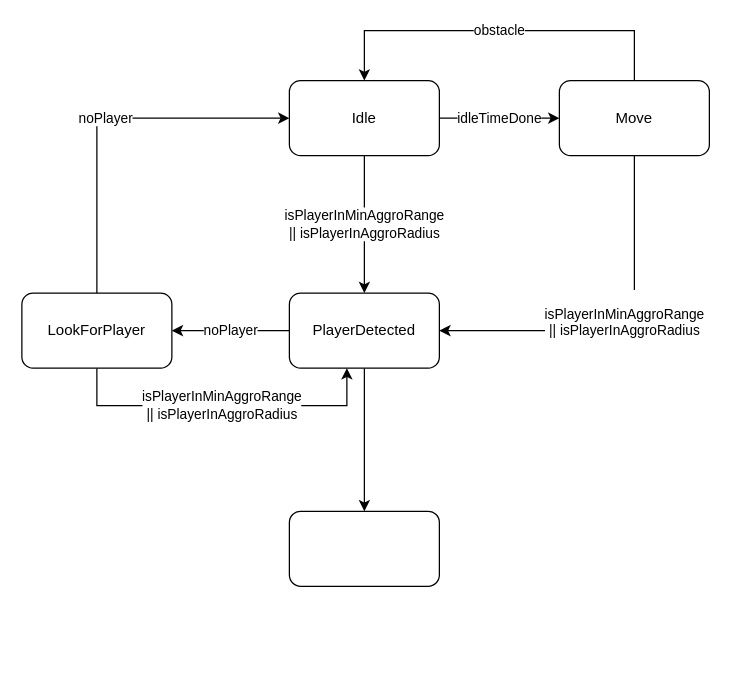
mehmedozen/Lab01 keeps this draw.io diagram as page "Bomber" (4 of 4) of State_Diagrams.drawio. Above is the earlier version. Source tidied: cells renumbered, new cells numbered last; positions are measured from the earlier drawing's top-left corner, leaving out a move shared by most shapes. Both pictures are drawn from the tidied source at 125%, with x=0, y=0 at pixel (21, 30).
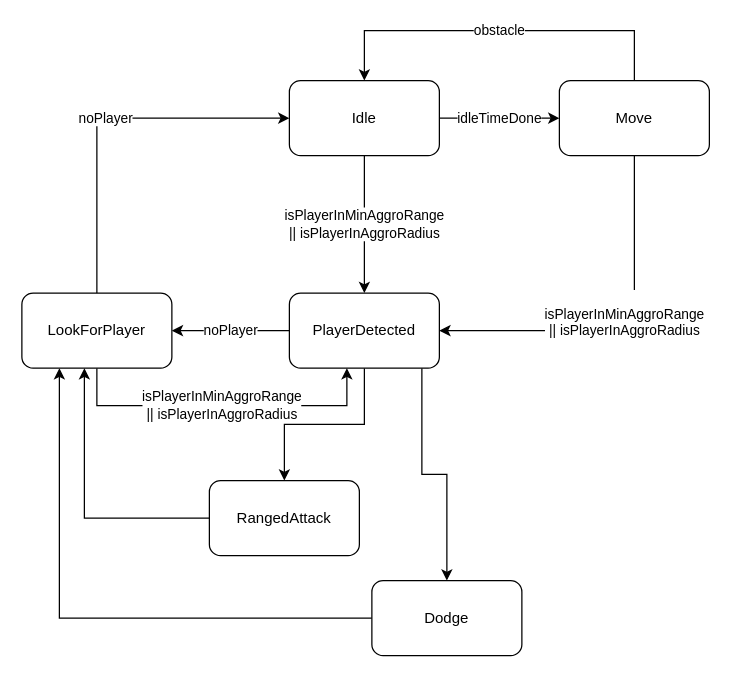
The same diagram, later.

The change refers to these unchanged cells:
```xml
<mxCell id="7" value="PlayerDetected" style="rounded=1;whiteSpace=wrap;html=1;" parent="1" vertex="1">
  <mxGeometry x="214" y="210" width="120" height="60" as="geometry" />
</mxCell>
<mxCell id="14" value="LookForPlayer" style="rounded=1;whiteSpace=wrap;html=1;" parent="1" vertex="1">
  <mxGeometry y="210" width="120" height="60" as="geometry" />
</mxCell>
```

Diff of the diagram source:
```diff
@@
     <mxCell id="5" style="edgeStyle=orthogonalEdgeStyle;rounded=0;jettySize=auto;html=1;" parent="1" edge="1" source="7" target="11">
-      <mxGeometry relative="1" as="geometry" />
+      <mxGeometry relative="1" as="geometry">
+        <Array as="points">
+          <mxPoint x="320" y="355" />
+          <mxPoint x="340" y="355" />
+        </Array>
+      </mxGeometry>
     </mxCell>
@@
+    <mxCell id="15" style="edgeStyle=orthogonalEdgeStyle;rounded=0;jettySize=auto;html=1;" parent="1" edge="1" source="7" target="18">
+      <mxGeometry relative="1" as="geometry" />
+    </mxCell>
@@
+    <mxCell id="16" style="edgeStyle=orthogonalEdgeStyle;rounded=0;jettySize=auto;html=1;" parent="1" edge="1" source="11" target="14">
+      <mxGeometry relative="1" as="geometry">
+        <Array as="points">
+          <mxPoint x="30" y="470" />
+        </Array>
+      </mxGeometry>
+    </mxCell>
-    <mxCell id="11" style="rounded=1;whiteSpace=wrap;html=1;" parent="1" vertex="1">
-      <mxGeometry x="214" y="384.5" width="120" height="60" as="geometry" />
+    <mxCell id="11" value="Dodge" style="rounded=1;whiteSpace=wrap;html=1;" parent="1" vertex="1">
+      <mxGeometry x="280" y="440" width="120" height="60" as="geometry" />
     </mxCell>
@@
+    <mxCell id="17" style="edgeStyle=orthogonalEdgeStyle;rounded=0;jettySize=auto;html=1;" parent="1" edge="1" source="18" target="14">
+      <mxGeometry relative="1" as="geometry">
+        <Array as="points">
+          <mxPoint x="50" y="390" />
+        </Array>
+      </mxGeometry>
+    </mxCell>
+    <mxCell id="18" value="RangedAttack" style="rounded=1;whiteSpace=wrap;html=1;" parent="1" vertex="1">
+      <mxGeometry x="150" y="360" width="120" height="60" as="geometry" />
+    </mxCell>
```
